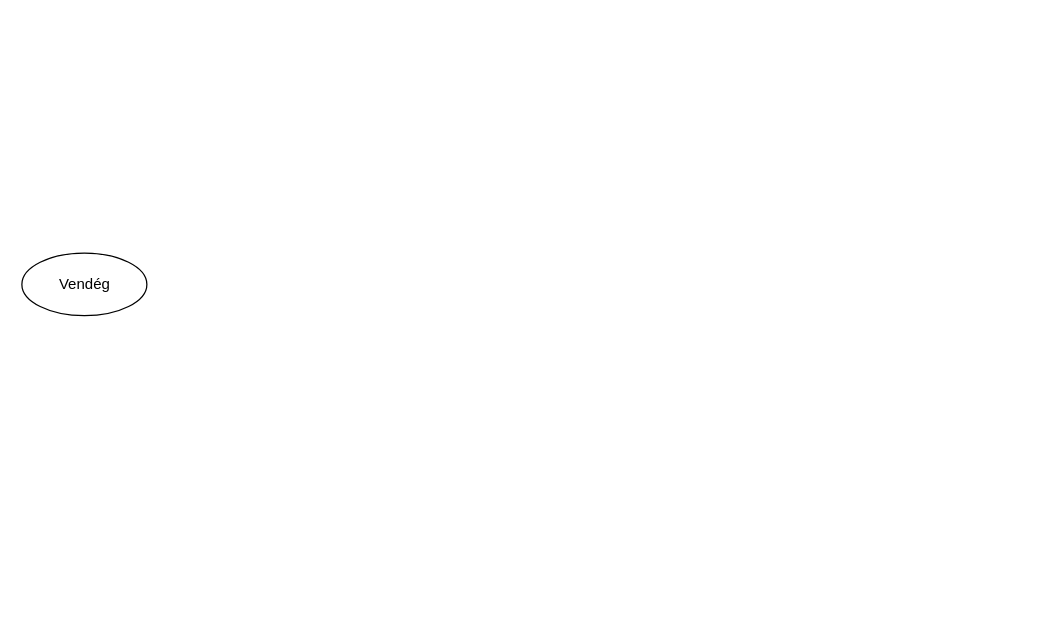
Dzseta/Adatbazis-alapu-rendszerek keeps this draw.io diagram as page "Page-2" (2 of 5) of dfd.drawio. Above is the earlier version. Source tidied: cells renumbered, new cells numbered last; positions are measured from the earlier drawing's top-left corner, leaving out a move shared by most shapes. Both pictures are drawn from the tidied source at 125%, with x=0, y=0 at pixel (21, 252).
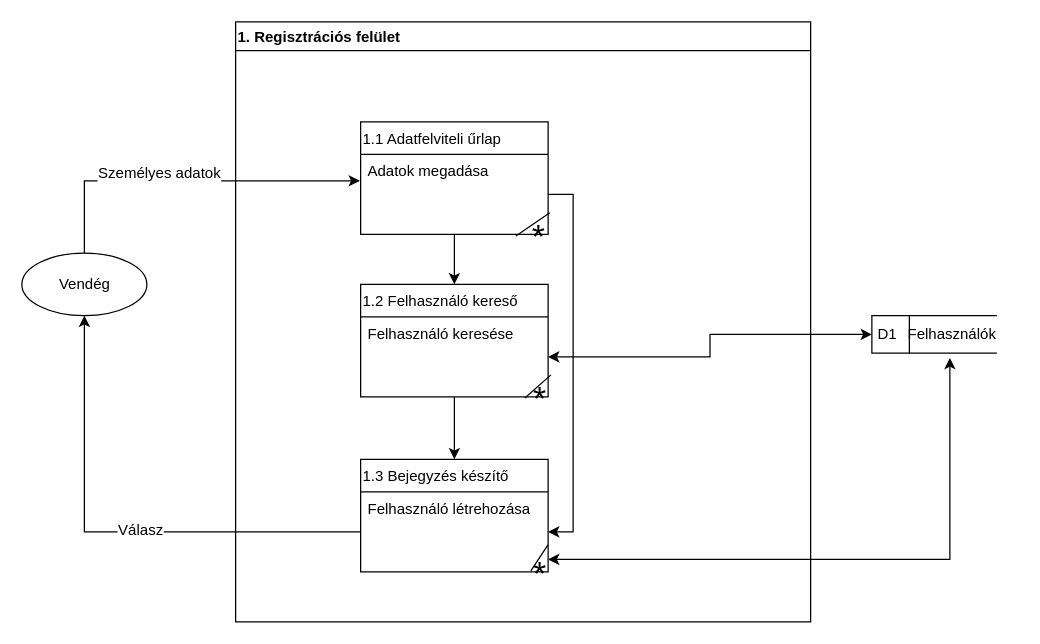
The same diagram, later.

Unchanged cells that the change refers to:
```xml
<mxCell id="2" value="Vendég" style="shape=ellipse;html=1;dashed=0;whitespace=wrap;perimeter=ellipsePerimeter;fontSize=12;align=center;" parent="1" vertex="1">
  <mxGeometry width="100" height="50" as="geometry" />
</mxCell>
```

Change to the diagram source:
```diff
@@
+    <mxCell id="3" style="edgeStyle=orthogonalEdgeStyle;rounded=0;jettySize=auto;html=1;entryX=-0.004;entryY=0.331;entryDx=0;entryDy=0;entryPerimeter=0;startArrow=none;startFill=0;endArrow=classic;endFill=1;fontSize=12;" parent="1" edge="1" source="2" target="8">
+      <mxGeometry relative="1" as="geometry" />
+    </mxCell>
+    <mxCell id="4" value="Személyes adatok" style="text;html=1;align=center;verticalAlign=middle;labelBackgroundColor=#ffffff;fontSize=12;" parent="3" vertex="1">
+      <mxGeometry x="-0.17" y="-1" relative="1" as="geometry">
+        <mxPoint x="2" y="-8" as="offset" />
+      </mxGeometry>
+    </mxCell>
@@
+    <mxCell id="5" value="1. Regisztrációs felület" style="swimlane;fontSize=12;align=left;" parent="1" vertex="1">
+      <mxGeometry x="171" y="-185" width="460" height="480" as="geometry" />
+    </mxCell>
+    <mxCell id="6" style="edgeStyle=orthogonalEdgeStyle;rounded=0;jettySize=auto;html=1;entryX=0.5;entryY=0;entryDx=0;entryDy=0;startArrow=none;startFill=0;endArrow=classic;endFill=1;fontSize=12;" parent="5" edge="1" source="7" target="11">
+      <mxGeometry relative="1" as="geometry" />
+    </mxCell>
+    <mxCell id="7" value="1.1 Adatfelviteli űrlap" style="swimlane;fontStyle=0;horizontal=1;startSize=26;fillColor=none;fontSize=12;align=left;" parent="5" vertex="1">
+      <mxGeometry x="100" y="80" width="150" height="90" as="geometry" />
+    </mxCell>
+    <mxCell id="8" value="Adatok megadása" style="text;strokeColor=none;fillColor=none;align=left;verticalAlign=top;spacingLeft=4;spacingRight=4;overflow=hidden;points=[[0,0.5],[1,0.5]];portConstraint=eastwest;" parent="7" vertex="1">
+      <mxGeometry y="26" width="150" height="64" as="geometry" />
+    </mxCell>
+    <mxCell id="9" style="endArrow=none;html=1;fontSize=12;exitX=0.828;exitY=1.019;exitDx=0;exitDy=0;exitPerimeter=0;entryX=1.009;entryY=0.731;entryDx=0;entryDy=0;entryPerimeter=0;" parent="7" edge="1" source="8" target="8">
+      <mxGeometry relative="1" as="geometry" />
+    </mxCell>
+    <mxCell id="10" style="edgeStyle=orthogonalEdgeStyle;rounded=0;jettySize=auto;html=1;entryX=0.5;entryY=0;entryDx=0;entryDy=0;startArrow=none;startFill=0;endArrow=classic;endFill=1;fontSize=12;" parent="5" edge="1" source="11" target="14">
+      <mxGeometry relative="1" as="geometry" />
+    </mxCell>
+    <mxCell id="11" value="1.2 Felhasználó kereső" style="swimlane;fontStyle=0;horizontal=1;startSize=26;fillColor=none;fontSize=12;align=left;" parent="5" vertex="1">
+      <mxGeometry x="100" y="210" width="150" height="90" as="geometry" />
+    </mxCell>
+    <mxCell id="12" value="Felhasználó keresése" style="text;strokeColor=none;fillColor=none;align=left;verticalAlign=top;spacingLeft=4;spacingRight=4;overflow=hidden;points=[[0,0.5],[1,0.5]];portConstraint=eastwest;" parent="11" vertex="1">
+      <mxGeometry y="26" width="150" height="64" as="geometry" />
+    </mxCell>
+    <mxCell id="13" style="endArrow=none;html=1;fontSize=12;exitX=0.876;exitY=1.013;exitDx=0;exitDy=0;exitPerimeter=0;entryX=1.015;entryY=0.725;entryDx=0;entryDy=0;entryPerimeter=0;" parent="11" edge="1" source="12" target="12">
+      <mxGeometry relative="1" as="geometry" />
+    </mxCell>
+    <mxCell id="14" value="1.3 Bejegyzés készítő" style="swimlane;fontStyle=0;horizontal=1;startSize=26;fillColor=none;fontSize=12;align=left;" parent="5" vertex="1">
+      <mxGeometry x="100" y="350" width="150" height="90" as="geometry" />
+    </mxCell>
+    <mxCell id="15" value="Felhasználó létrehozása" style="text;strokeColor=none;fillColor=none;align=left;verticalAlign=top;spacingLeft=4;spacingRight=4;overflow=hidden;points=[[0,0.5],[1,0.5]];portConstraint=eastwest;" parent="14" vertex="1">
+      <mxGeometry y="26" width="150" height="64" as="geometry" />
+    </mxCell>
+    <mxCell id="16" style="endArrow=none;html=1;fontSize=12;exitX=0.908;exitY=0.988;exitDx=0;exitDy=0;exitPerimeter=0;entryX=0.999;entryY=0.663;entryDx=0;entryDy=0;entryPerimeter=0;" parent="14" edge="1" source="15" target="15">
+      <mxGeometry relative="1" as="geometry" />
+    </mxCell>
+    <mxCell id="17" style="edgeStyle=orthogonalEdgeStyle;rounded=0;jettySize=auto;html=1;entryX=1;entryY=0.5;entryDx=0;entryDy=0;startArrow=none;startFill=0;endArrow=classic;endFill=1;fontSize=12;" parent="5" edge="1" source="8" target="15">
+      <mxGeometry relative="1" as="geometry">
+        <Array as="points">
+          <mxPoint x="270" y="138" />
+          <mxPoint x="270" y="408" />
+        </Array>
+      </mxGeometry>
+    </mxCell>
+    <mxCell id="18" value="*" style="text;html=1;align=right;verticalAlign=bottom;spacingTop=-4;fontSize=27;labelPosition=left;verticalLabelPosition=top;" parent="5" vertex="1">
+      <mxGeometry x="249" y="190" width="20" height="20" as="geometry" />
+    </mxCell>
+    <mxCell id="19" value="*" style="text;html=1;align=right;verticalAlign=bottom;spacingTop=-4;fontSize=27;labelPosition=left;verticalLabelPosition=top;" parent="5" vertex="1">
+      <mxGeometry x="250" y="320" width="20" height="20" as="geometry" />
+    </mxCell>
+    <mxCell id="20" value="*" style="text;html=1;align=right;verticalAlign=bottom;spacingTop=-4;fontSize=27;labelPosition=left;verticalLabelPosition=top;" parent="5" vertex="1">
+      <mxGeometry x="250" y="460" width="20" height="20" as="geometry" />
+    </mxCell>
+    <mxCell id="21" style="edgeStyle=orthogonalEdgeStyle;rounded=0;jettySize=auto;html=1;entryX=0.5;entryY=1;entryDx=0;entryDy=0;startArrow=none;startFill=0;endArrow=classic;endFill=1;fontSize=12;" parent="1" edge="1" source="15" target="2">
+      <mxGeometry relative="1" as="geometry" />
+    </mxCell>
+    <mxCell id="22" value="Válasz" style="text;html=1;align=center;verticalAlign=middle;labelBackgroundColor=#ffffff;fontSize=12;" parent="21" vertex="1">
+      <mxGeometry x="-0.1" y="-2" relative="1" as="geometry" />
+    </mxCell>
+    <mxCell id="23" value="D1" style="html=1;dashed=0;whitespace=wrap;shape=mxgraph.dfd.dataStoreID;align=left;spacingLeft=3;points=[[0,0],[0.5,0],[1,0],[0,0.5],[1,0.5],[0,1],[0.5,1],[1,1]];fontSize=12;" parent="1" vertex="1">
+      <mxGeometry x="680" y="50" width="100" height="30" as="geometry" />
+    </mxCell>
+    <mxCell id="24" style="edgeStyle=orthogonalEdgeStyle;rounded=0;jettySize=auto;html=1;startArrow=classic;startFill=1;endArrow=classic;endFill=1;fontSize=12;" parent="1" edge="1" source="12" target="23">
+      <mxGeometry relative="1" as="geometry" />
+    </mxCell>
+    <mxCell id="25" style="edgeStyle=orthogonalEdgeStyle;rounded=0;jettySize=auto;html=1;entryX=0.624;entryY=1.127;entryDx=0;entryDy=0;entryPerimeter=0;startArrow=classic;startFill=1;endArrow=classic;endFill=1;fontSize=12;" parent="1" edge="1" source="14" target="23">
+      <mxGeometry relative="1" as="geometry">
+        <Array as="points">
+          <mxPoint x="742" y="245" />
+        </Array>
+      </mxGeometry>
+    </mxCell>
+    <mxCell id="26" value="Felhasználók" style="text;html=1;align=left;verticalAlign=top;spacingTop=-4;fontSize=12;" parent="1" vertex="1">
+      <mxGeometry x="707" y="55" width="90" height="20" as="geometry" />
+    </mxCell>
```
